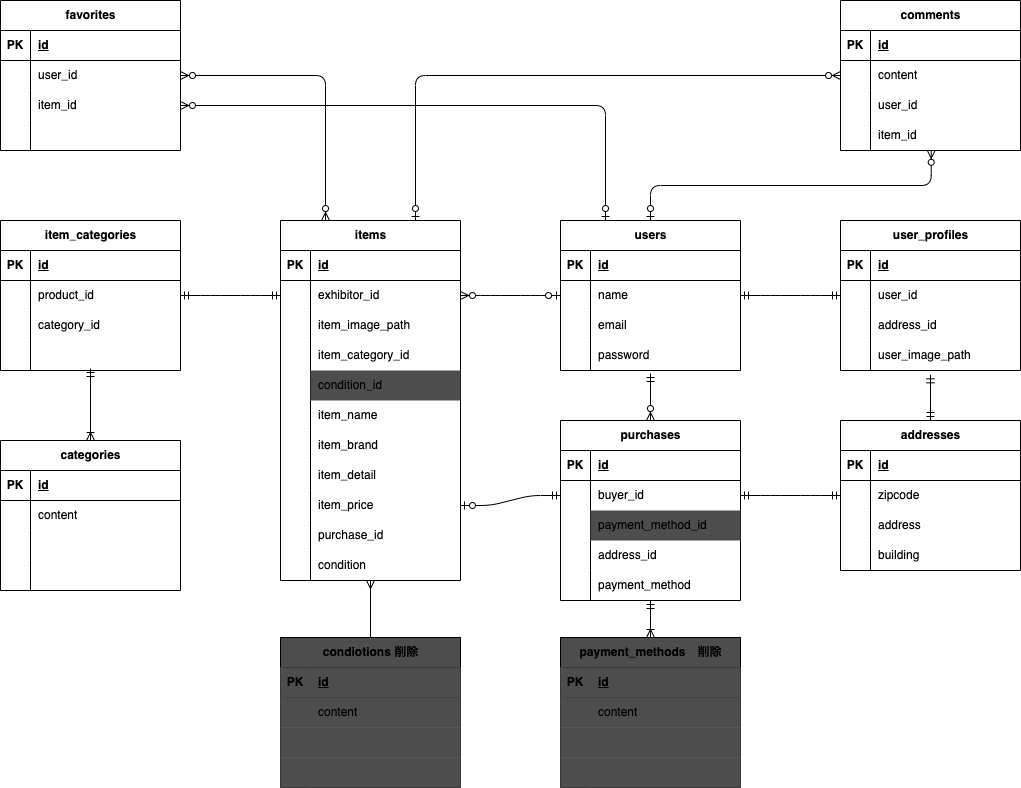
Earlier version of the draw.io export src/ER.drawio.png (takuyakurikuri/flea-market). Source tidied: cells renumbered, new cells last; positions are measured from the earlier drawing's top-left corner, leaving out a move shared by most shapes.
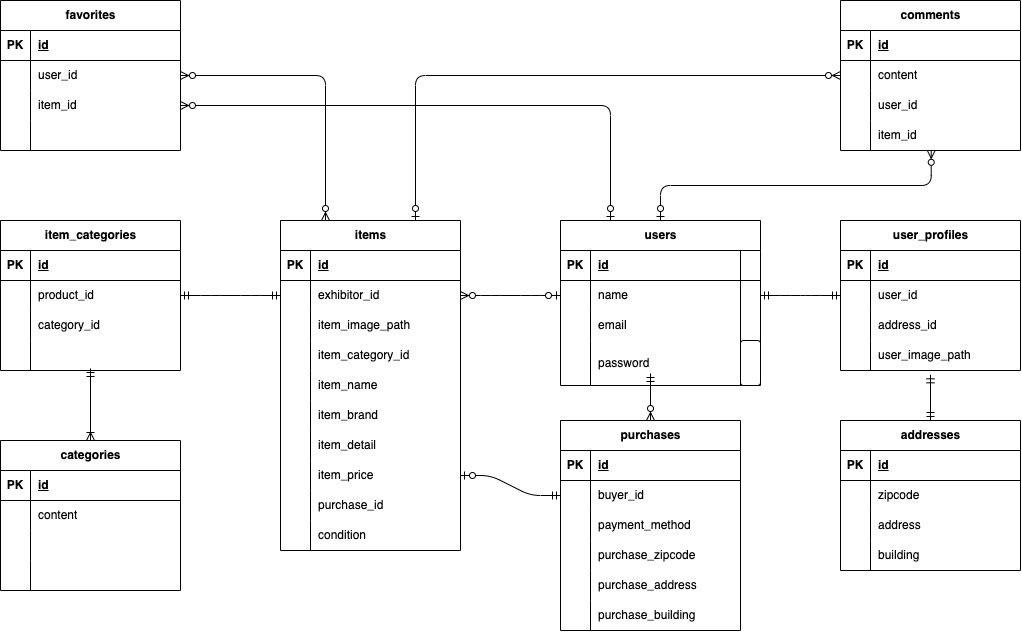
The same diagram one commit later.

What changed in the source:
```diff
@@ -5,6 +5,6 @@
     <mxCell id="2" value="users" style="shape=table;startSize=30;rowLines=0;fontStyle=1;align=center;html=1;" parent="1" vertex="1">
-      <mxGeometry x="560" y="220" width="180" height="150" as="geometry" />
+      <mxGeometry x="560" y="220" width="200" height="165" as="geometry" />
     </mxCell>
     <mxCell id="3" style="shape=tableRow;horizontal=0;startSize=0;swimlaneHead=0;swimlaneBody=0;fillColor=none;top=0;left=0;right=0;bottom=1;" parent="2" vertex="1">
-      <mxGeometry y="30" width="180" height="30" as="geometry" />
+      <mxGeometry y="30" width="200" height="30" as="geometry" />
     </mxCell>
@@ -14,6 +14,6 @@
     <mxCell id="5" value="id" style="shape=partialRectangle;fillColor=none;top=0;left=0;bottom=0;right=0;align=left;spacingLeft=6;fontStyle=5;overflow=hidden;whiteSpace=wrap;html=1;" parent="3" vertex="1">
-      <mxGeometry x="30" width="150" height="30" as="geometry" />
+      <mxGeometry x="30" width="170" height="30" as="geometry" />
     </mxCell>
     <mxCell id="6" style="shape=tableRow;horizontal=0;startSize=0;swimlaneHead=0;swimlaneBody=0;fillColor=none;points=[[0,0.5],[1,0.5]];portConstraint=eastwest;top=0;left=0;right=0;bottom=0;" parent="2" vertex="1">
-      <mxGeometry y="60" width="180" height="30" as="geometry" />
+      <mxGeometry y="60" width="200" height="30" as="geometry" />
     </mxCell>
@@ -23,6 +23,6 @@
     <mxCell id="8" value="name" style="shape=partialRectangle;fillColor=none;top=0;left=0;bottom=0;right=0;align=left;spacingLeft=6;overflow=hidden;whiteSpace=wrap;html=1;" parent="6" vertex="1">
-      <mxGeometry x="30" width="150" height="30" as="geometry" />
+      <mxGeometry x="30" width="170" height="30" as="geometry" />
     </mxCell>
     <mxCell id="9" style="shape=tableRow;horizontal=0;startSize=0;swimlaneHead=0;swimlaneBody=0;fillColor=none;top=0;left=0;right=0;bottom=0;" parent="2" vertex="1">
-      <mxGeometry y="90" width="180" height="30" as="geometry" />
+      <mxGeometry y="90" width="200" height="30" as="geometry" />
     </mxCell>
@@ -32,13 +32,16 @@
     <mxCell id="11" value="email" style="shape=partialRectangle;fillColor=none;top=0;left=0;bottom=0;right=0;align=left;spacingLeft=6;overflow=hidden;whiteSpace=wrap;html=1;" parent="9" vertex="1">
-      <mxGeometry x="30" width="150" height="30" as="geometry" />
+      <mxGeometry x="30" width="170" height="30" as="geometry" />
     </mxCell>
     <mxCell id="12" style="shape=tableRow;horizontal=0;startSize=0;swimlaneHead=0;swimlaneBody=0;fillColor=none;top=0;left=0;right=0;bottom=0;" parent="2" vertex="1">
-      <mxGeometry y="120" width="180" height="30" as="geometry" />
+      <mxGeometry y="120" width="200" height="45" as="geometry" />
     </mxCell>
     <mxCell id="13" style="shape=partialRectangle;fillColor=none;top=0;left=0;bottom=0;right=0;overflow=hidden;whiteSpace=wrap;html=1;" parent="12" vertex="1">
-      <mxGeometry width="30" height="30" as="geometry" />
+      <mxGeometry width="30" height="45" as="geometry" />
     </mxCell>
     <mxCell id="14" value="password" style="shape=partialRectangle;fillColor=none;top=0;left=0;bottom=0;right=0;align=left;spacingLeft=6;overflow=hidden;whiteSpace=wrap;html=1;" parent="12" vertex="1">
-      <mxGeometry x="30" width="150" height="30" as="geometry" />
+      <mxGeometry x="30" width="150" height="45" as="geometry" />
     </mxCell>
+    <mxCell id="183" style="rounded=1;whiteSpace=wrap;html=1;startSize=30;fontStyle=1;" parent="12" vertex="1">
+      <mxGeometry x="180" width="20" height="45" as="geometry" />
+    </mxCell>
     <mxCell id="15" value="user_profiles" style="shape=table;startSize=30;rowLines=0;fontStyle=1;align=center;html=1;" parent="1" vertex="1">
@@ -83,3 +86,3 @@
     <mxCell id="28" value="items" style="shape=table;startSize=30;rowLines=0;fontStyle=1;align=center;html=1;" parent="1" vertex="1">
-      <mxGeometry x="280" y="220" width="180" height="360" as="geometry" />
+      <mxGeometry x="280" y="220" width="180" height="330" as="geometry" />
     </mxCell>
@@ -121,13 +124,4 @@
     </mxCell>
-    <mxCell id="41" style="shape=tableRow;horizontal=0;startSize=0;swimlaneHead=0;swimlaneBody=0;fillColor=none;top=0;left=0;right=0;bottom=0;" parent="28" vertex="1">
-      <mxGeometry y="150" width="180" height="30" as="geometry" />
-    </mxCell>
-    <mxCell id="42" style="shape=partialRectangle;fillColor=none;top=0;left=0;bottom=0;right=0;overflow=hidden;whiteSpace=wrap;html=1;" parent="41" vertex="1">
-      <mxGeometry width="30" height="30" as="geometry" />
-    </mxCell>
-    <mxCell id="43" value="condition_id" style="shape=partialRectangle;fillColor=#4D4D4D;top=0;left=0;bottom=0;right=0;align=left;spacingLeft=6;overflow=hidden;whiteSpace=wrap;html=1;" parent="41" vertex="1">
-      <mxGeometry x="30" width="150" height="30" as="geometry" />
-    </mxCell>
     <mxCell id="44" style="shape=tableRow;horizontal=0;startSize=0;swimlaneHead=0;swimlaneBody=0;fillColor=none;top=0;left=0;right=0;bottom=0;" parent="28" vertex="1">
-      <mxGeometry y="180" width="180" height="30" as="geometry" />
+      <mxGeometry y="150" width="180" height="30" as="geometry" />
     </mxCell>
@@ -140,3 +134,3 @@
     <mxCell id="47" style="shape=tableRow;horizontal=0;startSize=0;swimlaneHead=0;swimlaneBody=0;fillColor=none;top=0;left=0;right=0;bottom=0;" parent="28" vertex="1">
-      <mxGeometry y="210" width="180" height="30" as="geometry" />
+      <mxGeometry y="180" width="180" height="30" as="geometry" />
     </mxCell>
@@ -149,3 +143,3 @@
     <mxCell id="50" style="shape=tableRow;horizontal=0;startSize=0;swimlaneHead=0;swimlaneBody=0;fillColor=none;top=0;left=0;right=0;bottom=0;" parent="28" vertex="1">
-      <mxGeometry y="240" width="180" height="30" as="geometry" />
+      <mxGeometry y="210" width="180" height="30" as="geometry" />
     </mxCell>
@@ -158,3 +152,3 @@
     <mxCell id="53" style="shape=tableRow;horizontal=0;startSize=0;swimlaneHead=0;swimlaneBody=0;fillColor=none;points=[[0,0.5],[1,0.5]];portConstraint=eastwest;top=0;left=0;right=0;bottom=0;" parent="28" vertex="1">
-      <mxGeometry y="270" width="180" height="30" as="geometry" />
+      <mxGeometry y="240" width="180" height="30" as="geometry" />
     </mxCell>
@@ -167,3 +161,3 @@
     <mxCell id="56" style="shape=tableRow;horizontal=0;startSize=0;swimlaneHead=0;swimlaneBody=0;fillColor=none;top=0;left=0;right=0;bottom=0;" parent="28" vertex="1">
-      <mxGeometry y="300" width="180" height="30" as="geometry" />
+      <mxGeometry y="270" width="180" height="30" as="geometry" />
     </mxCell>
@@ -176,3 +170,3 @@
     <mxCell id="59" style="shape=tableRow;horizontal=0;startSize=0;swimlaneHead=0;swimlaneBody=0;fillColor=none;top=0;left=0;right=0;bottom=0;" parent="28" vertex="1">
-      <mxGeometry y="330" width="180" height="30" as="geometry" />
+      <mxGeometry y="300" width="180" height="30" as="geometry" />
     </mxCell>
@@ -185,3 +179,3 @@
     <mxCell id="62" value="purchases" style="shape=table;startSize=30;rowLines=0;fontStyle=1;align=center;html=1;" parent="1" vertex="1">
-      <mxGeometry x="560" y="420" width="180" height="180" as="geometry" />
+      <mxGeometry x="560" y="420" width="180" height="210" as="geometry" />
     </mxCell>
@@ -205,22 +199,4 @@
     </mxCell>
-    <mxCell id="69" style="shape=tableRow;horizontal=0;startSize=0;swimlaneHead=0;swimlaneBody=0;fillColor=none;top=0;left=0;right=0;bottom=0;" parent="62" vertex="1">
-      <mxGeometry y="90" width="180" height="30" as="geometry" />
-    </mxCell>
-    <mxCell id="70" style="shape=partialRectangle;fillColor=none;top=0;left=0;bottom=0;right=0;overflow=hidden;whiteSpace=wrap;html=1;" parent="69" vertex="1">
-      <mxGeometry width="30" height="30" as="geometry" />
-    </mxCell>
-    <mxCell id="71" value="payment_method_id" style="shape=partialRectangle;fillColor=#4D4D4D;top=0;left=0;bottom=0;right=0;align=left;spacingLeft=6;overflow=hidden;whiteSpace=wrap;html=1;" parent="69" vertex="1">
-      <mxGeometry x="30" width="150" height="30" as="geometry" />
-    </mxCell>
-    <mxCell id="72" style="shape=tableRow;horizontal=0;startSize=0;swimlaneHead=0;swimlaneBody=0;fillColor=none;top=0;left=0;right=0;bottom=0;" parent="62" vertex="1">
-      <mxGeometry y="120" width="180" height="30" as="geometry" />
-    </mxCell>
-    <mxCell id="73" style="shape=partialRectangle;fillColor=none;top=0;left=0;bottom=0;right=0;overflow=hidden;whiteSpace=wrap;html=1;" parent="72" vertex="1">
-      <mxGeometry width="30" height="30" as="geometry" />
-    </mxCell>
-    <mxCell id="74" value="address_id" style="shape=partialRectangle;fillColor=none;top=0;left=0;bottom=0;right=0;align=left;spacingLeft=6;overflow=hidden;whiteSpace=wrap;html=1;" parent="72" vertex="1">
-      <mxGeometry x="30" width="150" height="30" as="geometry" />
-    </mxCell>
     <mxCell id="75" style="shape=tableRow;horizontal=0;startSize=0;swimlaneHead=0;swimlaneBody=0;fillColor=none;top=0;left=0;right=0;bottom=0;" parent="62" vertex="1">
-      <mxGeometry y="150" width="180" height="30" as="geometry" />
+      <mxGeometry y="90" width="180" height="30" as="geometry" />
     </mxCell>
@@ -232,41 +208,29 @@
     </mxCell>
-    <mxCell id="78" value="payment_methods　削除" style="shape=table;startSize=30;rowLines=0;fontStyle=1;align=center;html=1;fillColor=#4D4D4D;" parent="1" vertex="1">
-      <mxGeometry x="560" y="637" width="180" height="150" as="geometry" />
-    </mxCell>
-    <mxCell id="79" style="shape=tableRow;horizontal=0;startSize=0;swimlaneHead=0;swimlaneBody=0;fillColor=#4D4D4D;top=0;left=0;right=0;bottom=1;" parent="78" vertex="1">
-      <mxGeometry y="30" width="180" height="30" as="geometry" />
-    </mxCell>
-    <mxCell id="80" value="PK" style="shape=partialRectangle;fillColor=#4D4D4D;top=0;left=0;bottom=0;right=0;fontStyle=1;overflow=hidden;whiteSpace=wrap;html=1;" parent="79" vertex="1">
-      <mxGeometry width="30" height="30" as="geometry" />
-    </mxCell>
-    <mxCell id="81" value="id" style="shape=partialRectangle;fillColor=#4D4D4D;top=0;left=0;bottom=0;right=0;align=left;spacingLeft=6;fontStyle=5;overflow=hidden;whiteSpace=wrap;html=1;" parent="79" vertex="1">
-      <mxGeometry x="30" width="150" height="30" as="geometry" />
-    </mxCell>
-    <mxCell id="82" style="shape=tableRow;horizontal=0;startSize=0;swimlaneHead=0;swimlaneBody=0;fillColor=#4D4D4D;top=0;left=0;right=0;bottom=0;" parent="78" vertex="1">
-      <mxGeometry y="60" width="180" height="30" as="geometry" />
-    </mxCell>
-    <mxCell id="83" style="shape=partialRectangle;fillColor=#4D4D4D;top=0;left=0;bottom=0;right=0;overflow=hidden;whiteSpace=wrap;html=1;" parent="82" vertex="1">
-      <mxGeometry width="30" height="30" as="geometry" />
-    </mxCell>
-    <mxCell id="84" value="content" style="shape=partialRectangle;fillColor=#4D4D4D;top=0;left=0;bottom=0;right=0;align=left;spacingLeft=6;overflow=hidden;whiteSpace=wrap;html=1;" parent="82" vertex="1">
-      <mxGeometry x="30" width="150" height="30" as="geometry" />
-    </mxCell>
-    <mxCell id="85" style="shape=tableRow;horizontal=0;startSize=0;swimlaneHead=0;swimlaneBody=0;fillColor=#4D4D4D;top=0;left=0;right=0;bottom=0;" parent="78" vertex="1">
-      <mxGeometry y="90" width="180" height="30" as="geometry" />
-    </mxCell>
-    <mxCell id="86" style="shape=partialRectangle;fillColor=#4D4D4D;top=0;left=0;bottom=0;right=0;overflow=hidden;whiteSpace=wrap;html=1;" parent="85" vertex="1">
-      <mxGeometry width="30" height="30" as="geometry" />
-    </mxCell>
-    <mxCell id="87" style="shape=partialRectangle;fillColor=#4D4D4D;top=0;left=0;bottom=0;right=0;align=left;spacingLeft=6;overflow=hidden;whiteSpace=wrap;html=1;" parent="85" vertex="1">
-      <mxGeometry x="30" width="150" height="30" as="geometry" />
-    </mxCell>
-    <mxCell id="88" style="shape=tableRow;horizontal=0;startSize=0;swimlaneHead=0;swimlaneBody=0;fillColor=#4D4D4D;top=0;left=0;right=0;bottom=0;" parent="78" vertex="1">
-      <mxGeometry y="120" width="180" height="30" as="geometry" />
-    </mxCell>
-    <mxCell id="89" style="shape=partialRectangle;fillColor=#4D4D4D;top=0;left=0;bottom=0;right=0;overflow=hidden;whiteSpace=wrap;html=1;" parent="88" vertex="1">
-      <mxGeometry width="30" height="30" as="geometry" />
-    </mxCell>
-    <mxCell id="90" style="shape=partialRectangle;fillColor=#4D4D4D;top=0;left=0;bottom=0;right=0;align=left;spacingLeft=6;overflow=hidden;whiteSpace=wrap;html=1;" parent="88" vertex="1">
-      <mxGeometry x="30" width="150" height="30" as="geometry" />
-    </mxCell>
+    <mxCell id="72" style="shape=tableRow;horizontal=0;startSize=0;swimlaneHead=0;swimlaneBody=0;fillColor=none;top=0;left=0;right=0;bottom=0;" parent="62" vertex="1">
+      <mxGeometry y="120" width="180" height="30" as="geometry" />
+    </mxCell>
+    <mxCell id="184" style="shape=partialRectangle;fillColor=none;top=0;left=0;bottom=0;right=0;overflow=hidden;whiteSpace=wrap;html=1;" parent="72" vertex="1">
+      <mxGeometry width="30" height="30" as="geometry" />
+    </mxCell>
+    <mxCell id="185" value="purchase_zipcode" style="shape=partialRectangle;fillColor=none;top=0;left=0;bottom=0;right=0;align=left;spacingLeft=6;overflow=hidden;whiteSpace=wrap;html=1;" parent="72" vertex="1">
+      <mxGeometry x="30" width="150" height="30" as="geometry" />
+    </mxCell>
+    <mxCell id="41" style="shape=tableRow;horizontal=0;startSize=0;swimlaneHead=0;swimlaneBody=0;fillColor=none;top=0;left=0;right=0;bottom=0;" parent="62" vertex="1">
+      <mxGeometry y="150" width="180" height="30" as="geometry" />
+    </mxCell>
+    <mxCell id="186" style="shape=partialRectangle;fillColor=none;top=0;left=0;bottom=0;right=0;overflow=hidden;whiteSpace=wrap;html=1;" parent="41" vertex="1">
+      <mxGeometry width="30" height="30" as="geometry" />
+    </mxCell>
+    <mxCell id="187" value="purchase_address" style="shape=partialRectangle;fillColor=none;top=0;left=0;bottom=0;right=0;align=left;spacingLeft=6;overflow=hidden;whiteSpace=wrap;html=1;" parent="41" vertex="1">
+      <mxGeometry x="30" width="150" height="30" as="geometry" />
+    </mxCell>
+    <mxCell id="188" style="shape=tableRow;horizontal=0;startSize=0;swimlaneHead=0;swimlaneBody=0;fillColor=none;top=0;left=0;right=0;bottom=0;" parent="62" vertex="1">
+      <mxGeometry y="180" width="180" height="30" as="geometry" />
+    </mxCell>
+    <mxCell id="189" style="shape=partialRectangle;fillColor=none;top=0;left=0;bottom=0;right=0;overflow=hidden;whiteSpace=wrap;html=1;" parent="188" vertex="1">
+      <mxGeometry width="30" height="30" as="geometry" />
+    </mxCell>
+    <mxCell id="190" value="purchase_building" style="shape=partialRectangle;fillColor=none;top=0;left=0;bottom=0;right=0;align=left;spacingLeft=6;overflow=hidden;whiteSpace=wrap;html=1;" parent="188" vertex="1">
+      <mxGeometry x="30" width="150" height="30" as="geometry" />
+    </mxCell>
     <mxCell id="91" value="item_categories" style="shape=table;startSize=30;rowLines=0;fontStyle=1;align=center;html=1;" parent="1" vertex="1">
@@ -310,41 +274,2 @@
     </mxCell>
-    <mxCell id="104" value="condiotions 削除" style="shape=table;startSize=30;rowLines=0;fontStyle=1;align=center;html=1;fillColor=#4D4D4D;" parent="1" vertex="1">
-      <mxGeometry x="280" y="637" width="180" height="150" as="geometry" />
-    </mxCell>
-    <mxCell id="105" style="shape=tableRow;horizontal=0;startSize=0;swimlaneHead=0;swimlaneBody=0;fillColor=#4D4D4D;top=0;left=0;right=0;bottom=1;" parent="104" vertex="1">
-      <mxGeometry y="30" width="180" height="30" as="geometry" />
-    </mxCell>
-    <mxCell id="106" value="PK" style="shape=partialRectangle;fillColor=#4D4D4D;top=0;left=0;bottom=0;right=0;fontStyle=1;overflow=hidden;whiteSpace=wrap;html=1;" parent="105" vertex="1">
-      <mxGeometry width="30" height="30" as="geometry" />
-    </mxCell>
-    <mxCell id="107" value="id" style="shape=partialRectangle;fillColor=#4D4D4D;top=0;left=0;bottom=0;right=0;align=left;spacingLeft=6;fontStyle=5;overflow=hidden;whiteSpace=wrap;html=1;" parent="105" vertex="1">
-      <mxGeometry x="30" width="150" height="30" as="geometry" />
-    </mxCell>
-    <mxCell id="108" style="shape=tableRow;horizontal=0;startSize=0;swimlaneHead=0;swimlaneBody=0;fillColor=#4D4D4D;top=0;left=0;right=0;bottom=0;" parent="104" vertex="1">
-      <mxGeometry y="60" width="180" height="30" as="geometry" />
-    </mxCell>
-    <mxCell id="109" style="shape=partialRectangle;fillColor=#4D4D4D;top=0;left=0;bottom=0;right=0;overflow=hidden;whiteSpace=wrap;html=1;" parent="108" vertex="1">
-      <mxGeometry width="30" height="30" as="geometry" />
-    </mxCell>
-    <mxCell id="110" value="content" style="shape=partialRectangle;fillColor=#4D4D4D;top=0;left=0;bottom=0;right=0;align=left;spacingLeft=6;overflow=hidden;whiteSpace=wrap;html=1;" parent="108" vertex="1">
-      <mxGeometry x="30" width="150" height="30" as="geometry" />
-    </mxCell>
-    <mxCell id="111" style="shape=tableRow;horizontal=0;startSize=0;swimlaneHead=0;swimlaneBody=0;fillColor=#4D4D4D;top=0;left=0;right=0;bottom=0;" parent="104" vertex="1">
-      <mxGeometry y="90" width="180" height="30" as="geometry" />
-    </mxCell>
-    <mxCell id="112" style="shape=partialRectangle;fillColor=#4D4D4D;top=0;left=0;bottom=0;right=0;overflow=hidden;whiteSpace=wrap;html=1;" parent="111" vertex="1">
-      <mxGeometry width="30" height="30" as="geometry" />
-    </mxCell>
-    <mxCell id="113" style="shape=partialRectangle;fillColor=#4D4D4D;top=0;left=0;bottom=0;right=0;align=left;spacingLeft=6;overflow=hidden;whiteSpace=wrap;html=1;" parent="111" vertex="1">
-      <mxGeometry x="30" width="150" height="30" as="geometry" />
-    </mxCell>
-    <mxCell id="114" style="shape=tableRow;horizontal=0;startSize=0;swimlaneHead=0;swimlaneBody=0;fillColor=#4D4D4D;top=0;left=0;right=0;bottom=0;" parent="104" vertex="1">
-      <mxGeometry y="120" width="180" height="30" as="geometry" />
-    </mxCell>
-    <mxCell id="115" style="shape=partialRectangle;fillColor=#4D4D4D;top=0;left=0;bottom=0;right=0;overflow=hidden;whiteSpace=wrap;html=1;" parent="114" vertex="1">
-      <mxGeometry width="30" height="30" as="geometry" />
-    </mxCell>
-    <mxCell id="116" style="shape=partialRectangle;fillColor=#4D4D4D;top=0;left=0;bottom=0;right=0;align=left;spacingLeft=6;overflow=hidden;whiteSpace=wrap;html=1;" parent="114" vertex="1">
-      <mxGeometry x="30" width="150" height="30" as="geometry" />
-    </mxCell>
     <mxCell id="117" value="comments" style="shape=table;startSize=30;rowLines=0;fontStyle=1;align=center;html=1;" parent="1" vertex="1">
@@ -469,7 +394,2 @@
     </mxCell>
-    <mxCell id="157" style="fontSize=12;html=1;endArrow=ERmany;exitX=0.5;exitY=0;exitDx=0;exitDy=0;" parent="1" edge="1" source="104">
-      <mxGeometry relative="1" as="geometry">
-        <mxPoint x="370" y="580" as="targetPoint" />
-      </mxGeometry>
-    </mxCell>
     <mxCell id="158" style="fontSize=12;html=1;endArrow=ERzeroToMany;startArrow=ERzeroToOne;entryX=0;entryY=0.5;entryDx=0;entryDy=0;exitX=0.75;exitY=0;exitDx=0;exitDy=0;edgeStyle=orthogonalEdgeStyle;" parent="1" edge="1" source="28" target="121">
@@ -485,7 +405,2 @@
     </mxCell>
-    <mxCell id="161" style="fontSize=12;html=1;endArrow=ERoneToMany;startArrow=ERmandOne;entryX=0.5;entryY=0;entryDx=0;entryDy=0;" parent="1" edge="1" target="78">
-      <mxGeometry relative="1" as="geometry">
-        <mxPoint x="650" y="600" as="sourcePoint" />
-      </mxGeometry>
-    </mxCell>
     <mxCell id="162" style="edgeStyle=entityRelationEdgeStyle;fontSize=12;html=1;endArrow=ERzeroToMany;startArrow=ERzeroToOne;entryX=1;entryY=0.5;entryDx=0;entryDy=0;exitX=0;exitY=0.5;exitDx=0;exitDy=0;" parent="1" edge="1" source="6" target="32">
@@ -549,5 +464,2 @@
     </mxCell>
-    <mxCell id="181" style="edgeStyle=entityRelationEdgeStyle;fontSize=12;html=1;endArrow=ERmandOne;startArrow=ERmandOne;entryX=0;entryY=0.5;entryDx=0;entryDy=0;exitX=1;exitY=0.5;exitDx=0;exitDy=0;" parent="1" edge="1" source="66" target="134">
-      <mxGeometry relative="1" as="geometry" />
-    </mxCell>
     <mxCell id="182" style="edgeStyle=entityRelationEdgeStyle;fontSize=12;html=1;endArrow=ERzeroToOne;startArrow=ERmandOne;entryX=1;entryY=0.5;entryDx=0;entryDy=0;exitX=0;exitY=0.5;exitDx=0;exitDy=0;" parent="1" edge="1" source="66" target="53">
```
